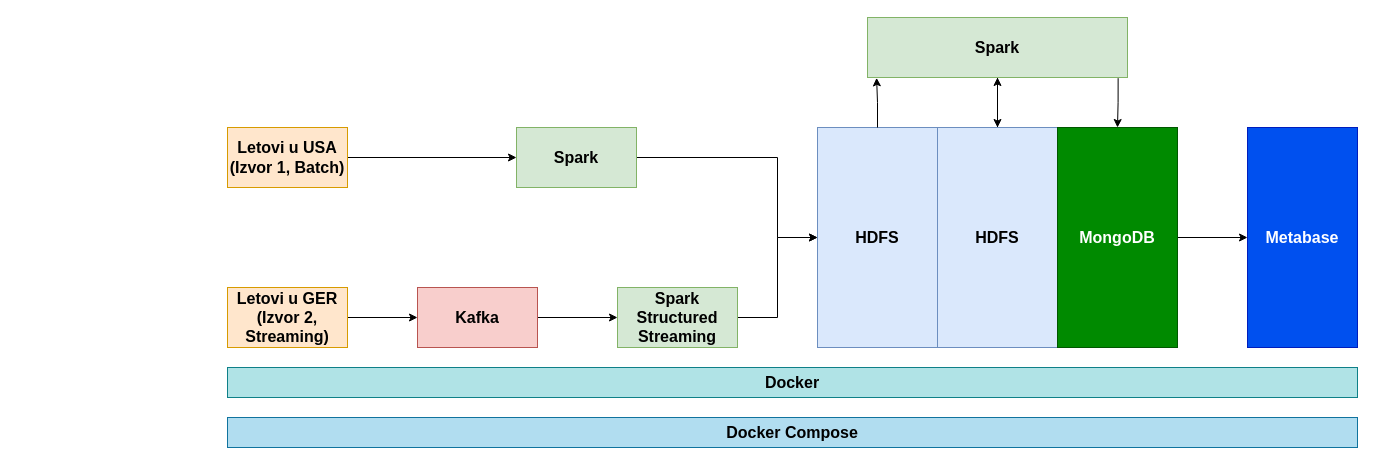
Before: diagrams/diagram.drawio in ristic-ac/BD-Flight-Analysis, a draw.io diagram. Source tidied: cells renumbered, new cells numbered last; positions are measured from the earlier drawing's top-left corner, leaving out a move shared by most shapes. Both pictures are drawn from the tidied source at 100%, with x=0, y=0 at pixel (227, 17).
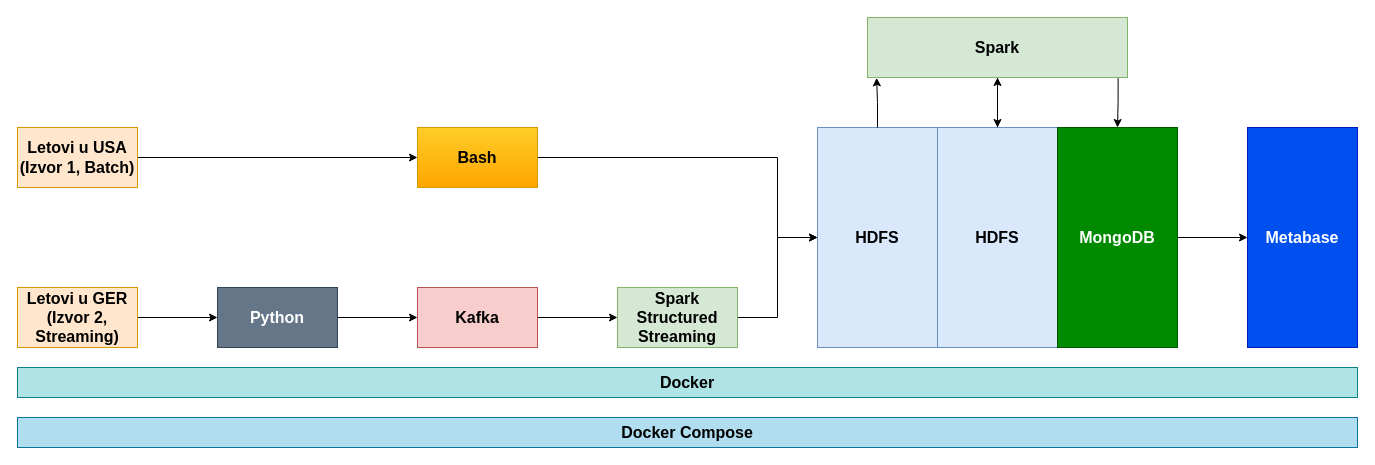
After the change.

Unchanged cells that the change refers to:
```xml
<mxCell id="9" value="Kafka" style="rounded=0;whiteSpace=wrap;html=1;fontSize=16;fontStyle=1;fillColor=#f8cecc;strokeColor=#b85450;" parent="1" vertex="1">
  <mxGeometry x="190" y="270" width="120" height="60" as="geometry" />
</mxCell>
```

Change to the diagram source:
```diff
@@
     <mxCell id="3" value="&lt;div style=&quot;font-size: 16px;&quot;&gt;Letovi u USA&lt;br style=&quot;font-size: 16px;&quot;&gt;&lt;/div&gt;&lt;div style=&quot;font-size: 16px;&quot;&gt;(Izvor 1, Batch)&lt;br style=&quot;font-size: 16px;&quot;&gt;&lt;/div&gt;" style="rounded=0;whiteSpace=wrap;html=1;fontSize=16;fontStyle=1;fillColor=#ffe6cc;strokeColor=#d79b00;" parent="1" vertex="1">
-      <mxGeometry y="110" width="120" height="60" as="geometry" />
+      <mxGeometry x="-210" y="110" width="120" height="60" as="geometry" />
     </mxCell>
-    <mxCell id="4" style="edgeStyle=orthogonalEdgeStyle;rounded=0;jettySize=auto;html=1;entryX=0;entryY=0.5;entryDx=0;entryDy=0;" parent="1" edge="1" source="5" target="9">
-      <mxGeometry relative="1" as="geometry" />
-    </mxCell>
+    <mxCell id="24" style="edgeStyle=orthogonalEdgeStyle;rounded=0;jettySize=auto;html=1;" parent="1" edge="1" source="5" target="26">
+      <mxGeometry relative="1" as="geometry" />
+    </mxCell>
     <mxCell id="5" value="&lt;div style=&quot;font-size: 16px;&quot;&gt;Letovi u GER&lt;br style=&quot;font-size: 16px;&quot;&gt;&lt;/div&gt;&lt;div style=&quot;font-size: 16px;&quot;&gt;(Izvor 2, Streaming)&lt;br style=&quot;font-size: 16px;&quot;&gt;&lt;/div&gt;" style="rounded=0;whiteSpace=wrap;html=1;fontSize=16;fontStyle=1;fillColor=#ffe6cc;strokeColor=#d79b00;" parent="1" vertex="1">
-      <mxGeometry y="270" width="120" height="60" as="geometry" />
+      <mxGeometry x="-210" y="270" width="120" height="60" as="geometry" />
     </mxCell>
@@
-    <mxCell id="7" value="Spark" style="rounded=0;whiteSpace=wrap;html=1;fontSize=16;fontStyle=1;fillColor=#d5e8d4;strokeColor=#82b366;" parent="1" vertex="1">
-      <mxGeometry x="289" y="110" width="120" height="60" as="geometry" />
+    <mxCell id="7" value="Bash" style="rounded=0;whiteSpace=wrap;html=1;fontSize=16;fontStyle=1;fillColor=#ffcd28;gradientColor=#ffa500;strokeColor=#d79b00;" parent="1" vertex="1">
+      <mxGeometry x="190" y="110" width="120" height="60" as="geometry" />
     </mxCell>
@@
     <mxCell id="22" value="&lt;div&gt;Docker&lt;/div&gt;" style="rounded=0;whiteSpace=wrap;html=1;fontSize=16;fontStyle=1;fillColor=#b0e3e6;strokeColor=#0e8088;" parent="1" vertex="1">
-      <mxGeometry y="350" width="1130" height="30" as="geometry" />
+      <mxGeometry x="-210" y="350" width="1340" height="30" as="geometry" />
     </mxCell>
     <mxCell id="23" value="&lt;div&gt;Docker Compose&lt;br&gt;&lt;/div&gt;" style="rounded=0;whiteSpace=wrap;html=1;fontSize=16;fontStyle=1;fillColor=#b1ddf0;strokeColor=#10739e;" parent="1" vertex="1">
-      <mxGeometry y="400" width="1130" height="30" as="geometry" />
+      <mxGeometry x="-210" y="400" width="1340" height="30" as="geometry" />
     </mxCell>
+    <mxCell id="25" style="edgeStyle=orthogonalEdgeStyle;rounded=0;jettySize=auto;html=1;" parent="1" edge="1" source="26" target="9">
+      <mxGeometry relative="1" as="geometry" />
+    </mxCell>
+    <mxCell id="26" value="&lt;div&gt;Python&lt;/div&gt;" style="rounded=0;whiteSpace=wrap;html=1;fontSize=16;fontStyle=1;fillColor=#647687;strokeColor=#314354;fontColor=#ffffff;" parent="1" vertex="1">
+      <mxGeometry x="-10" y="270" width="120" height="60" as="geometry" />
+    </mxCell>
```
